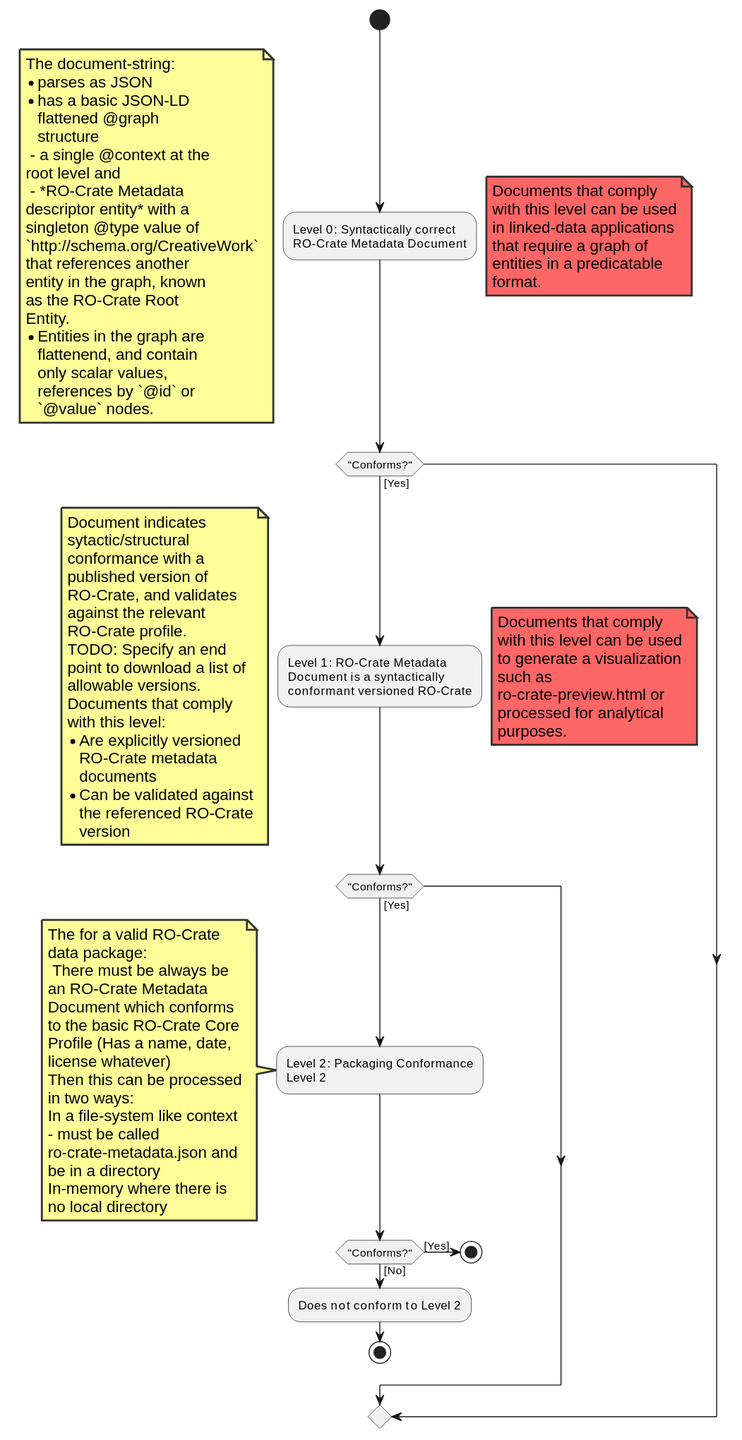
Above: generated/ro-crate-conformance-flowchart-level0.svg in ptsefton/ro-crate-2-experiments (PlantUML), before the change.
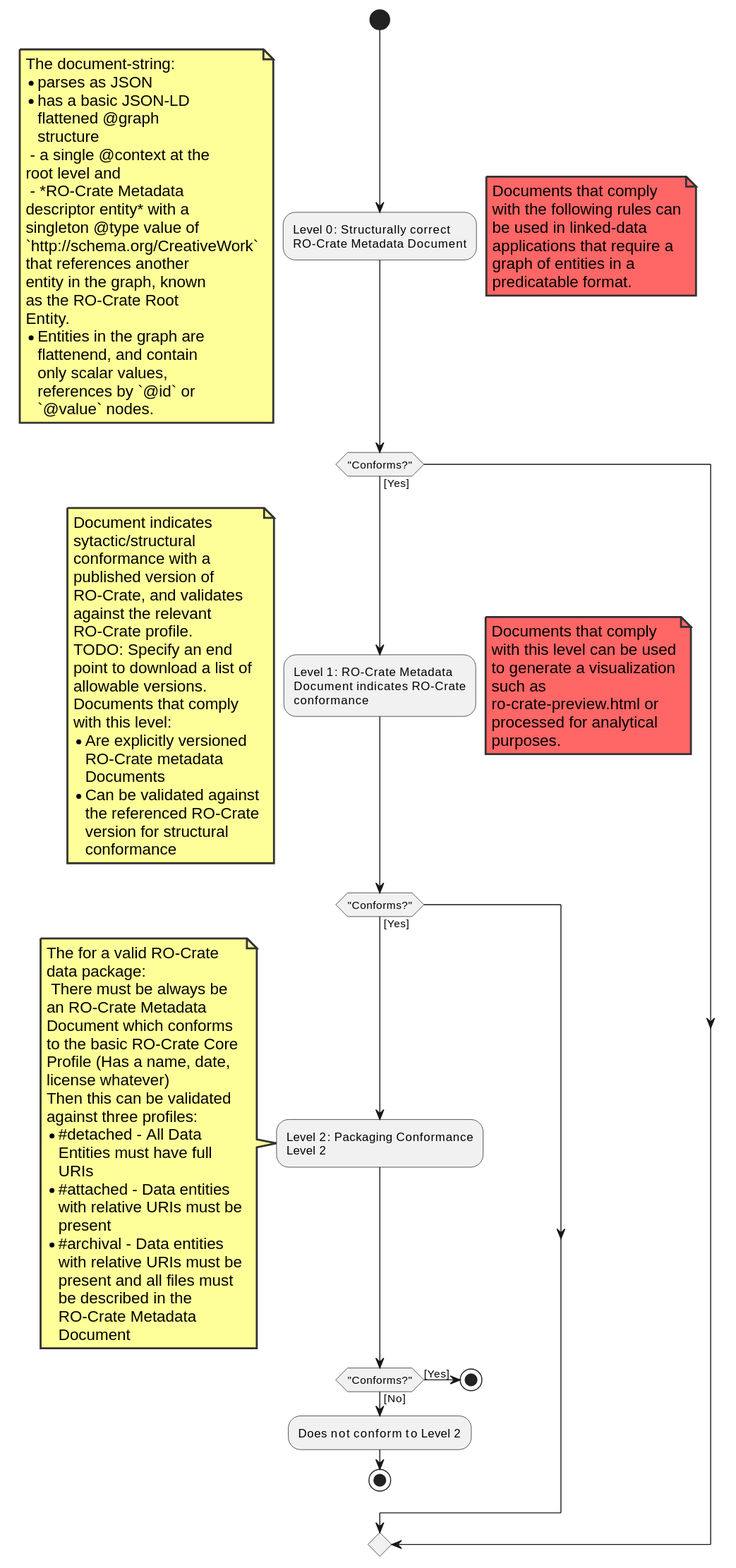
After the change.

Change to the diagram source:
```diff
@@ -1,7 +1,7 @@
 @startuml
 !include ../generated/style.puml
 start
-:Level 0: Syntactically correct RO-Crate Metadata Document;
+:Level 0: Structurally correct RO-Crate Metadata Document;
 note left #ffff99
 The document-string:
 * parses as JSON
@@ -11,16 +11,16 @@
 * Entities in the graph are flattenend, and contain only scalar values, references by `@id` or `@value` nodes.
 end note
 note right #ff6666
-Documents that comply with this level can be used in linked-data applications that require a graph of entities in a predicatable format.
+Documents that comply with the following rules can be used in linked-data applications that require a graph of entities in a predicatable format.
 end note
 if ("Conforms?") then ([Yes])
-:Level 1: RO-Crate Metadata Document is a syntactically conformant versioned RO-Crate;
+:Level 1: RO-Crate Metadata Document indicates RO-Crate conformance;
 note left #ffff99
 Document indicates sytactic/structural conformance with a published version of RO-Crate, and validates against the relevant RO-Crate profile.
 TODO: Specify an end point to download a list of allowable versions.
 Documents that comply with this level:
-*   Are explicitly versioned RO-Crate metadata documents
-*  Can be validated against the referenced RO-Crate version
+*  Are explicitly versioned RO-Crate metadata Documents
+*  Can be validated against the referenced RO-Crate version for structural conformance
 end note
 note right #ff6666
 Documents that comply with this level can be used to generate a visualization such as ro-crate-preview.html or processed for analytical purposes.
@@ -30,9 +30,10 @@
 note left #ffff99
 The for a valid RO-Crate data package:
  There must be always be an RO-Crate Metadata Document which conforms to the basic RO-Crate Core Profile (Has a name, date, license whatever)
-Then this can be processed in two ways:
-In a file-system like context - must be called ro-crate-metadata.json and be in a directory
-In-memory where there is no local directory
+Then this can be validated against three profiles:
+*  #detached - All Data Entities must have full URIs
+*  #attached - Data entities with relative URIs must be present
+*  #archival - Data entities with relative URIs must be present and all files must be described in the RO-Crate Metadata Document
 end note
 if ("Conforms?") then ([Yes])
   stop
```
